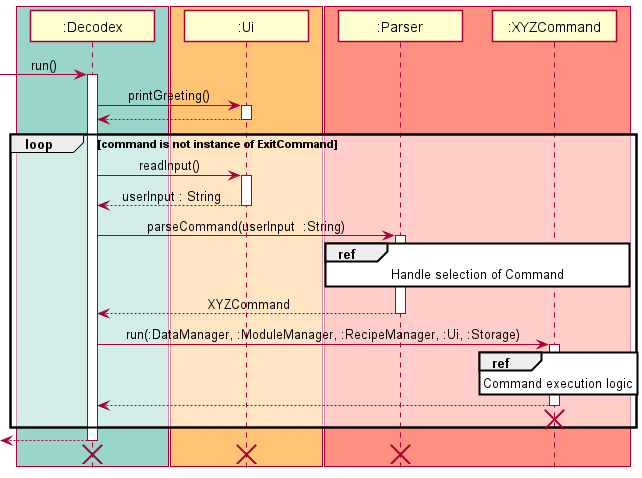
The PlantUML diagram docs/images/dg/DecodexMainSeq.png in rizemon/tp, before a commit. The source it was exported from:
```plantuml
@startuml
!include ../Style.puml

box DECODEX_COLOR
Participant ":Decodex" as Decodex
end box
box UI_COLOR
Participant ":Ui" as Ui
end box
box LOGIC_COLOR
Participant ":Parser" as Parser
Participant ":XYZCommand" as XYZCommand
end box


-> Decodex: run()

activate Decodex

Decodex -> Ui : printGreeting()
activate Ui
Ui --> Decodex
deactivate Ui

loop command is not instance of ExitCommand
    Decodex -> Ui : readInput()
    activate Ui
    Ui --> Decodex : userInput : String
    deactivate Ui

    Decodex -> Parser : parseCommand(userInput  :String)
    activate Parser

    ref over Parser, XYZCommand : Handle selection of Command

    Parser --> Decodex : XYZCommand
    deactivate Parser

    Decodex -> XYZCommand : run(:DataManager, :ModuleManager, :RecipeManager, :Ui, :Storage)
    activate XYZCommand

    ref over XYZCommand   : Command execution logic

    XYZCommand --> Decodex
    deactivate XYZCommand
    XYZCommand -[hidden]-> Decodex
    destroy XYZCommand

end

<-- Decodex :
deactivate Decodex
<-[hidden]- Decodex :

destroy Ui
destroy Parser
destroy Decodex
@enduml
```
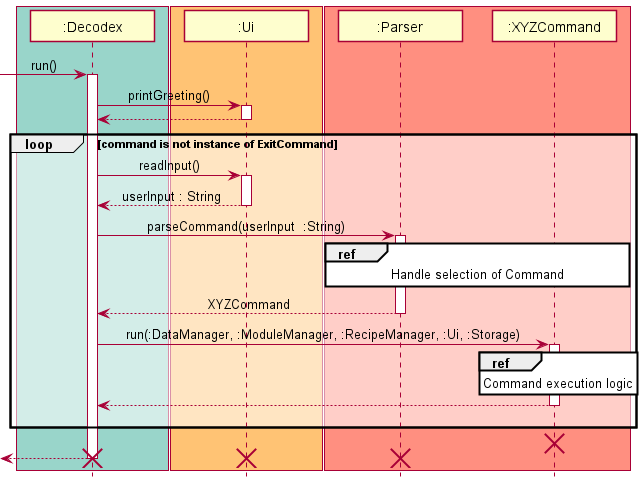
The same diagram one commit later.

What changed in the source:
```diff
@@ -44,13 +44,12 @@
     XYZCommand --> Decodex
     deactivate XYZCommand
     XYZCommand -[hidden]-> Decodex
-    destroy XYZCommand
 
 end
+destroy XYZCommand
 
 <-- Decodex :
 deactivate Decodex
-<-[hidden]- Decodex :
 
 destroy Ui
 destroy Parser
```
